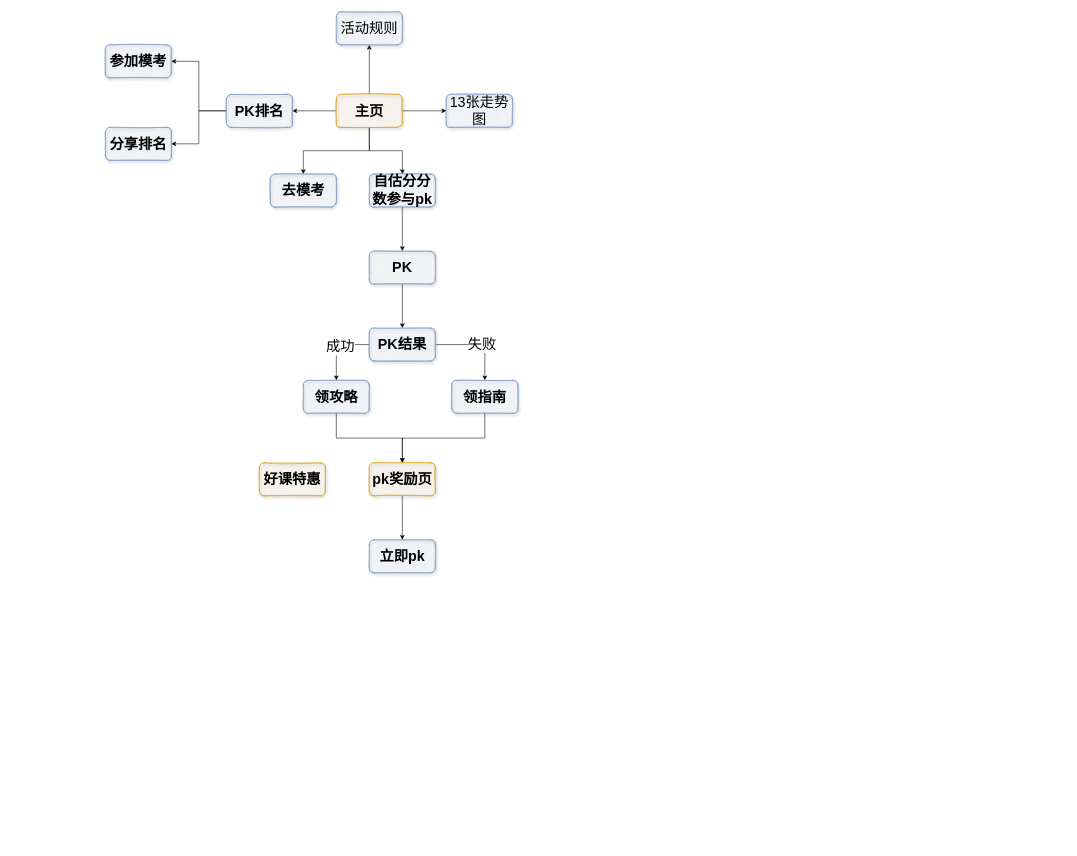
Earlier version of the draw.io diagram 模考.drawio (me-Minion/draw). Source tidied: cells renumbered, new cells numbered last; positions are measured from the earlier drawing's top-left corner, leaving out a move shared by most shapes. Both pictures are drawn from the tidied source at 55%, with x=0, y=0 at pixel (105, 12).
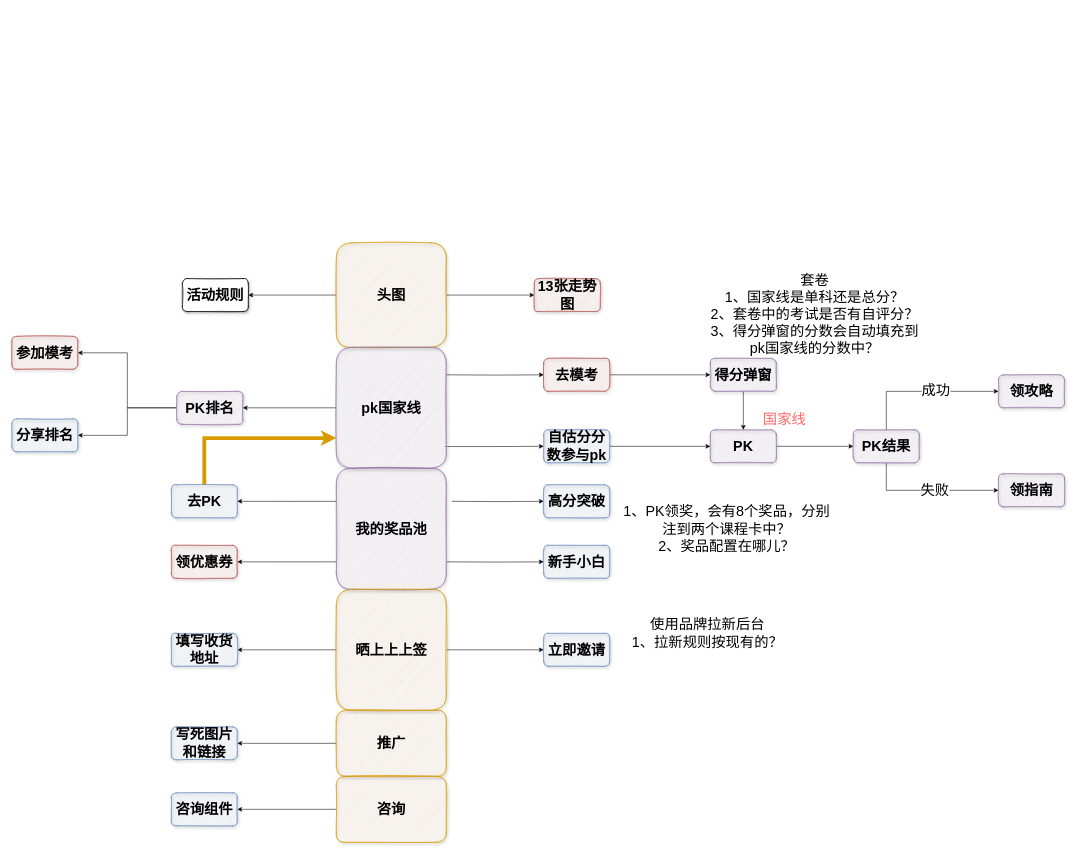
The same diagram, later.

The edit, as a diff of the source:
```diff
@@
-    <mxCell id="4" style="edgeStyle=orthogonalEdgeStyle;rounded=0;jettySize=auto;html=1;fontSize=26;" parent="1" edge="1" source="7" target="12">
-      <mxGeometry relative="1" as="geometry" />
-    </mxCell>
-    <mxCell id="5" style="edgeStyle=orthogonalEdgeStyle;rounded=0;jettySize=auto;html=1;fontSize=26;" parent="1" edge="1" source="7" target="13">
-      <mxGeometry relative="1" as="geometry" />
-    </mxCell>
-    <mxCell id="6" style="edgeStyle=orthogonalEdgeStyle;rounded=0;jettySize=auto;html=1;fontSize=26;" parent="1" edge="1" source="7" target="15">
-      <mxGeometry relative="1" as="geometry" />
-    </mxCell>
-    <mxCell id="7" value="主页" style="rounded=1;whiteSpace=wrap;html=1;fontSize=26;fontStyle=1;glass=0;shadow=1;sketch=1;fillColor=#ffe6cc;strokeColor=#d79b00;" parent="1" vertex="1">
-      <mxGeometry x="420" y="150" width="120" height="60" as="geometry" />
+    <mxCell id="7" value="头图" style="rounded=1;whiteSpace=wrap;html=1;fontSize=26;fontStyle=1;glass=0;shadow=1;sketch=1;fillColor=#ffe6cc;strokeColor=#d79b00;" parent="1" vertex="1">
+      <mxGeometry x="420" y="420" width="200" height="190" as="geometry" />
     </mxCell>
-    <mxCell id="8" value="活动规则" style="rounded=1;whiteSpace=wrap;html=1;fontSize=26;fontStyle=0;fillColor=#dae8fc;strokeColor=#6c8ebf;glass=0;shadow=1;sketch=1;" parent="1" vertex="1">
-      <mxGeometry x="420" width="120" height="60" as="geometry" />
+    <mxCell id="8" value="活动规则" style="rounded=1;whiteSpace=wrap;html=1;fontSize=26;fontStyle=1;glass=0;shadow=1;sketch=1;" parent="1" vertex="1">
+      <mxGeometry x="140" y="485" width="120" height="60" as="geometry" />
     </mxCell>
-    <mxCell id="9" value="13张走势图" style="rounded=1;whiteSpace=wrap;html=1;fontSize=26;fontStyle=0;fillColor=#dae8fc;strokeColor=#6c8ebf;glass=0;shadow=1;sketch=1;" parent="1" vertex="1">
-      <mxGeometry x="620" y="150" width="120" height="60" as="geometry" />
+    <mxCell id="9" value="13张走势图" style="rounded=1;whiteSpace=wrap;html=1;fontSize=26;fontStyle=1;glass=0;shadow=1;sketch=1;fillColor=#f8cecc;strokeColor=#b85450;" parent="1" vertex="1">
+      <mxGeometry x="780" y="485" width="120" height="60" as="geometry" />
     </mxCell>
@@
-    <mxCell id="12" value="PK排名" style="rounded=1;whiteSpace=wrap;html=1;fontSize=26;fontStyle=1;fillColor=#dae8fc;strokeColor=#6c8ebf;glass=0;shadow=1;sketch=1;" parent="1" vertex="1">
-      <mxGeometry x="220" y="150" width="120" height="60" as="geometry" />
+    <mxCell id="12" value="PK排名" style="rounded=1;whiteSpace=wrap;html=1;fontSize=26;fontStyle=1;fillColor=#e1d5e7;strokeColor=#9673a6;glass=0;shadow=1;sketch=1;" parent="1" vertex="1">
+      <mxGeometry x="130" y="690" width="120" height="60" as="geometry" />
     </mxCell>
+    <mxCell id="33" style="edgeStyle=orthogonalEdgeStyle;rounded=0;jettySize=auto;html=1;fontSize=26;" parent="1" edge="1" source="13" target="38">
+      <mxGeometry relative="1" as="geometry" />
+    </mxCell>
-    <mxCell id="13" value="去模考" style="rounded=1;whiteSpace=wrap;html=1;fontSize=26;fontStyle=1;fillColor=#dae8fc;strokeColor=#6c8ebf;glass=0;shadow=1;sketch=1;" parent="1" vertex="1">
-      <mxGeometry x="300" y="295" width="120" height="60" as="geometry" />
+    <mxCell id="13" value="去模考" style="rounded=1;whiteSpace=wrap;html=1;fontSize=26;fontStyle=1;glass=0;shadow=1;sketch=1;fillColor=#f8cecc;strokeColor=#b85450;" parent="1" vertex="1">
+      <mxGeometry x="797" y="630" width="120" height="60" as="geometry" />
     </mxCell>
@@
     <mxCell id="15" value="自估分分数参与pk" style="rounded=1;whiteSpace=wrap;html=1;fontSize=26;fontStyle=1;fillColor=#dae8fc;strokeColor=#6c8ebf;glass=0;shadow=1;sketch=1;" parent="1" vertex="1">
-      <mxGeometry x="480" y="295" width="120" height="60" as="geometry" />
+      <mxGeometry x="797" y="760" width="120" height="60" as="geometry" />
     </mxCell>
@@
-    <mxCell id="17" value="PK" style="rounded=1;whiteSpace=wrap;html=1;fontSize=26;fontStyle=1;fillColor=#dae8fc;strokeColor=#6c8ebf;glass=0;shadow=1;sketch=1;" parent="1" vertex="1">
-      <mxGeometry x="480" y="435" width="120" height="60" as="geometry" />
+    <mxCell id="17" value="PK" style="rounded=1;whiteSpace=wrap;html=1;fontSize=26;fontStyle=1;fillColor=#e1d5e7;strokeColor=#9673a6;glass=0;shadow=1;sketch=1;" parent="1" vertex="1">
+      <mxGeometry x="1100" y="760" width="120" height="60" as="geometry" />
     </mxCell>
-    <mxCell id="18" style="edgeStyle=orthogonalEdgeStyle;rounded=0;jettySize=auto;html=1;exitX=0;exitY=0.5;exitDx=0;exitDy=0;fontSize=26;" parent="1" edge="1" source="22" target="26">
+    <mxCell id="18" style="edgeStyle=orthogonalEdgeStyle;rounded=0;jettySize=auto;html=1;exitX=0.5;exitY=0;exitDx=0;exitDy=0;fontSize=26;entryX=0;entryY=0.5;entryDx=0;entryDy=0;" parent="1" edge="1" source="22" target="26">
       <mxGeometry relative="1" as="geometry" />
     </mxCell>
     <mxCell id="19" value="成功" style="edgeLabel;html=1;align=center;verticalAlign=middle;fontSize=26;" parent="18" vertex="1">
-      <mxGeometry x="-0.14" y="3" relative="1" as="geometry" />
+      <mxGeometry x="-0.14" y="3" relative="1" as="geometry">
+        <mxPoint x="41" as="offset" />
+      </mxGeometry>
     </mxCell>
-    <mxCell id="20" style="edgeStyle=orthogonalEdgeStyle;rounded=0;jettySize=auto;html=1;exitX=1;exitY=0.5;exitDx=0;exitDy=0;fontSize=26;" parent="1" edge="1" source="22" target="28">
+    <mxCell id="20" style="edgeStyle=orthogonalEdgeStyle;rounded=0;jettySize=auto;html=1;exitX=0.5;exitY=1;exitDx=0;exitDy=0;fontSize=26;entryX=0;entryY=0.5;entryDx=0;entryDy=0;" parent="1" edge="1" source="22" target="28">
       <mxGeometry relative="1" as="geometry" />
     </mxCell>
@@
-    <mxCell id="22" value="PK结果" style="rounded=1;whiteSpace=wrap;html=1;fontSize=26;fontStyle=1;fillColor=#dae8fc;strokeColor=#6c8ebf;glass=0;shadow=1;sketch=1;" parent="1" vertex="1">
-      <mxGeometry x="480" y="575" width="120" height="60" as="geometry" />
+    <mxCell id="22" value="PK结果" style="rounded=1;whiteSpace=wrap;html=1;fontSize=26;fontStyle=1;fillColor=#e1d5e7;strokeColor=#9673a6;glass=0;shadow=1;sketch=1;" parent="1" vertex="1">
+      <mxGeometry x="1360" y="760" width="120" height="60" as="geometry" />
     </mxCell>
-    <mxCell id="23" value="参加模考" style="rounded=1;whiteSpace=wrap;html=1;fontSize=26;fontStyle=1;fillColor=#dae8fc;strokeColor=#6c8ebf;glass=0;shadow=1;sketch=1;" parent="1" vertex="1">
-      <mxGeometry y="60" width="120" height="60" as="geometry" />
+    <mxCell id="23" value="参加模考" style="rounded=1;whiteSpace=wrap;html=1;fontSize=26;fontStyle=1;glass=0;shadow=1;sketch=1;fillColor=#f8cecc;strokeColor=#b85450;" parent="1" vertex="1">
+      <mxGeometry x="-170" y="590" width="120" height="60" as="geometry" />
     </mxCell>
     <mxCell id="24" value="分享排名" style="rounded=1;whiteSpace=wrap;html=1;fontSize=26;fontStyle=1;fillColor=#dae8fc;strokeColor=#6c8ebf;glass=0;shadow=1;sketch=1;" parent="1" vertex="1">
-      <mxGeometry y="210" width="120" height="60" as="geometry" />
+      <mxGeometry x="-170" y="740" width="120" height="60" as="geometry" />
     </mxCell>
-    <mxCell id="25" style="edgeStyle=orthogonalEdgeStyle;rounded=0;jettySize=auto;html=1;fontSize=26;" parent="1" edge="1" source="26" target="30">
-      <mxGeometry relative="1" as="geometry" />
-    </mxCell>
-    <mxCell id="26" value="领攻略" style="rounded=1;whiteSpace=wrap;html=1;fontSize=26;fontStyle=1;fillColor=#dae8fc;strokeColor=#6c8ebf;glass=0;shadow=1;sketch=1;" parent="1" vertex="1">
-      <mxGeometry x="360" y="670" width="120" height="60" as="geometry" />
+    <mxCell id="26" value="领攻略" style="rounded=1;whiteSpace=wrap;html=1;fontSize=26;fontStyle=1;fillColor=#e1d5e7;strokeColor=#9673a6;glass=0;shadow=1;sketch=1;" parent="1" vertex="1">
+      <mxGeometry x="1624" y="660" width="120" height="60" as="geometry" />
     </mxCell>
-    <mxCell id="27" style="edgeStyle=orthogonalEdgeStyle;rounded=0;jettySize=auto;html=1;exitX=0.5;exitY=1;exitDx=0;exitDy=0;fontSize=26;" parent="1" edge="1" source="28" target="30">
-      <mxGeometry relative="1" as="geometry" />
-    </mxCell>
-    <mxCell id="28" value="领指南" style="rounded=1;whiteSpace=wrap;html=1;fontSize=26;fontStyle=1;fillColor=#dae8fc;strokeColor=#6c8ebf;glass=0;shadow=1;sketch=1;" parent="1" vertex="1">
-      <mxGeometry x="630" y="670" width="120" height="60" as="geometry" />
+    <mxCell id="28" value="领指南" style="rounded=1;whiteSpace=wrap;html=1;fontSize=26;fontStyle=1;fillColor=#e1d5e7;strokeColor=#9673a6;glass=0;shadow=1;sketch=1;" parent="1" vertex="1">
+      <mxGeometry x="1624" y="840" width="120" height="60" as="geometry" />
     </mxCell>
-    <mxCell id="29" style="edgeStyle=orthogonalEdgeStyle;rounded=0;jettySize=auto;html=1;fontSize=26;" parent="1" edge="1" source="30" target="32">
-      <mxGeometry relative="1" as="geometry" />
-    </mxCell>
+    <mxCell id="34" style="edgeStyle=orthogonalEdgeStyle;rounded=0;jettySize=auto;html=1;exitX=0;exitY=0.5;exitDx=0;exitDy=0;entryX=1;entryY=0.5;entryDx=0;entryDy=0;fontSize=26;" parent="1" edge="1" source="30" target="12">
+      <mxGeometry relative="1" as="geometry" />
+    </mxCell>
+    <mxCell id="35" style="edgeStyle=orthogonalEdgeStyle;rounded=0;jettySize=auto;html=1;entryX=0;entryY=0.5;entryDx=0;entryDy=0;fontSize=26;" parent="1" edge="1" target="13">
+      <mxGeometry relative="1" as="geometry">
+        <mxPoint x="620" y="660" as="sourcePoint" />
+      </mxGeometry>
+    </mxCell>
+    <mxCell id="36" style="edgeStyle=orthogonalEdgeStyle;rounded=0;jettySize=auto;html=1;exitX=0.989;exitY=0.82;exitDx=0;exitDy=0;entryX=0;entryY=0.5;entryDx=0;entryDy=0;fontSize=26;exitPerimeter=0;" parent="1" edge="1" source="30" target="15">
+      <mxGeometry relative="1" as="geometry" />
+    </mxCell>
-    <mxCell id="30" value="pk奖励页" style="rounded=1;whiteSpace=wrap;html=1;fontSize=26;fontStyle=1;fillColor=#ffe6cc;strokeColor=#d79b00;glass=0;shadow=1;sketch=1;" parent="1" vertex="1">
-      <mxGeometry x="480" y="820" width="120" height="60" as="geometry" />
+    <mxCell id="30" value="pk国家线" style="rounded=1;whiteSpace=wrap;html=1;fontSize=26;fontStyle=1;fillColor=#e1d5e7;strokeColor=#9673a6;glass=0;shadow=1;sketch=1;" parent="1" vertex="1">
+      <mxGeometry x="420" y="610" width="200" height="220" as="geometry" />
     </mxCell>
-    <mxCell id="31" value="好课特惠" style="rounded=1;whiteSpace=wrap;html=1;fontSize=26;fontStyle=1;fillColor=#ffe6cc;strokeColor=#d79b00;glass=0;shadow=1;sketch=1;" parent="1" vertex="1">
-      <mxGeometry x="280" y="820" width="120" height="60" as="geometry" />
-    </mxCell>
-    <mxCell id="32" value="立即pk" style="rounded=1;whiteSpace=wrap;html=1;fontSize=26;fontStyle=1;fillColor=#dae8fc;strokeColor=#6c8ebf;glass=0;shadow=1;sketch=1;" parent="1" vertex="1">
-      <mxGeometry x="480" y="960" width="120" height="60" as="geometry" />
-    </mxCell>
+    <mxCell id="37" style="edgeStyle=orthogonalEdgeStyle;rounded=0;jettySize=auto;html=1;exitX=0.5;exitY=1;exitDx=0;exitDy=0;entryX=0.5;entryY=0;entryDx=0;entryDy=0;fontSize=26;" parent="1" edge="1" source="38" target="17">
+      <mxGeometry relative="1" as="geometry" />
+    </mxCell>
+    <mxCell id="38" value="得分弹窗" style="rounded=1;whiteSpace=wrap;html=1;fontSize=26;fontStyle=1;fillColor=#e1d5e7;strokeColor=#9673a6;glass=0;shadow=1;sketch=1;" parent="1" vertex="1">
+      <mxGeometry x="1100" y="630" width="120" height="60" as="geometry" />
+    </mxCell>
+    <mxCell id="39" style="edgeStyle=orthogonalEdgeStyle;rounded=0;jettySize=auto;html=1;fontSize=26;" parent="1" edge="1" target="53">
+      <mxGeometry relative="1" as="geometry">
+        <mxPoint x="630" y="890" as="sourcePoint" />
+      </mxGeometry>
+    </mxCell>
+    <mxCell id="40" style="edgeStyle=orthogonalEdgeStyle;rounded=0;jettySize=auto;html=1;fontSize=26;" parent="1" edge="1" target="54">
+      <mxGeometry relative="1" as="geometry">
+        <mxPoint x="620" y="1000" as="sourcePoint" />
+      </mxGeometry>
+    </mxCell>
+    <mxCell id="41" style="edgeStyle=orthogonalEdgeStyle;rounded=0;jettySize=auto;html=1;exitX=0;exitY=0.773;exitDx=0;exitDy=0;entryX=1;entryY=0.5;entryDx=0;entryDy=0;fontSize=26;exitPerimeter=0;" parent="1" edge="1" source="43" target="52">
+      <mxGeometry relative="1" as="geometry" />
+    </mxCell>
+    <mxCell id="42" style="edgeStyle=orthogonalEdgeStyle;rounded=0;jettySize=auto;html=1;exitX=0;exitY=0.273;exitDx=0;exitDy=0;fontSize=26;exitPerimeter=0;" parent="1" edge="1" source="43" target="57">
+      <mxGeometry relative="1" as="geometry" />
+    </mxCell>
+    <mxCell id="43" value="我的奖品池" style="rounded=1;whiteSpace=wrap;html=1;fontSize=26;fontStyle=1;fillColor=#e1d5e7;strokeColor=#9673a6;glass=0;shadow=1;sketch=1;" parent="1" vertex="1">
+      <mxGeometry x="420" y="830" width="200" height="220" as="geometry" />
+    </mxCell>
+    <mxCell id="44" style="edgeStyle=orthogonalEdgeStyle;rounded=0;jettySize=auto;html=1;exitX=0;exitY=0.5;exitDx=0;exitDy=0;fontSize=26;strokeWidth=1;" parent="1" edge="1" source="46" target="58">
+      <mxGeometry relative="1" as="geometry" />
+    </mxCell>
+    <mxCell id="45" style="edgeStyle=orthogonalEdgeStyle;rounded=0;jettySize=auto;html=1;exitX=1;exitY=0.5;exitDx=0;exitDy=0;entryX=0;entryY=0.5;entryDx=0;entryDy=0;fontSize=26;strokeWidth=1;" parent="1" edge="1" source="46" target="59">
+      <mxGeometry relative="1" as="geometry" />
+    </mxCell>
+    <mxCell id="46" value="晒上上上签" style="rounded=1;whiteSpace=wrap;html=1;fontSize=26;fontStyle=1;fillColor=#ffe6cc;strokeColor=#d79b00;glass=0;shadow=1;sketch=1;" parent="1" vertex="1">
+      <mxGeometry x="420" y="1050" width="200" height="220" as="geometry" />
+    </mxCell>
+    <mxCell id="47" style="edgeStyle=orthogonalEdgeStyle;rounded=0;jettySize=auto;html=1;fontSize=26;strokeWidth=1;" parent="1" edge="1" source="48" target="60">
+      <mxGeometry relative="1" as="geometry" />
+    </mxCell>
+    <mxCell id="48" value="推广" style="rounded=1;whiteSpace=wrap;html=1;fontSize=26;fontStyle=1;fillColor=#ffe6cc;strokeColor=#d79b00;glass=0;shadow=1;sketch=1;" parent="1" vertex="1">
+      <mxGeometry x="420" y="1270" width="200" height="120" as="geometry" />
+    </mxCell>
+    <mxCell id="49" style="edgeStyle=orthogonalEdgeStyle;rounded=0;jettySize=auto;html=1;fontSize=26;strokeWidth=1;" parent="1" edge="1" source="50" target="61">
+      <mxGeometry relative="1" as="geometry" />
+    </mxCell>
+    <mxCell id="50" value="咨询" style="rounded=1;whiteSpace=wrap;html=1;fontSize=26;fontStyle=1;fillColor=#ffe6cc;strokeColor=#d79b00;glass=0;shadow=1;sketch=1;" parent="1" vertex="1">
+      <mxGeometry x="420" y="1390" width="200" height="120" as="geometry" />
+    </mxCell>
+    <mxCell id="51" value="套卷&lt;br&gt;1、国家线是单科还是总分？&lt;br&gt;2、套卷中的考试是否有自评分？&lt;br&gt;3、得分弹窗的分数会自动填充到pk国家线的分数中？" style="text;html=1;strokeColor=none;fillColor=none;align=center;verticalAlign=middle;whiteSpace=wrap;rounded=0;shadow=1;glass=0;sketch=1;fontSize=26;" parent="1" vertex="1">
+      <mxGeometry x="1090" y="470" width="400" height="160" as="geometry" />
+    </mxCell>
+    <mxCell id="52" value="领优惠券" style="rounded=1;whiteSpace=wrap;html=1;fontSize=26;fontStyle=1;fillColor=#f8cecc;strokeColor=#b85450;glass=0;shadow=1;sketch=1;" parent="1" vertex="1">
+      <mxGeometry x="120" y="970" width="120" height="60" as="geometry" />
+    </mxCell>
+    <mxCell id="53" value="高分突破" style="whiteSpace=wrap;html=1;fontSize=26;fillColor=#dae8fc;strokeColor=#6c8ebf;rounded=1;fontStyle=1;glass=0;shadow=1;sketch=1;" parent="1" vertex="1">
+      <mxGeometry x="797" y="860" width="120" height="60" as="geometry" />
+    </mxCell>
+    <mxCell id="54" value="新手小白" style="whiteSpace=wrap;html=1;fontSize=26;fillColor=#dae8fc;strokeColor=#6c8ebf;rounded=1;fontStyle=1;glass=0;shadow=1;sketch=1;" parent="1" vertex="1">
+      <mxGeometry x="797" y="970" width="120" height="60" as="geometry" />
+    </mxCell>
+    <mxCell id="55" value="1、PK领奖，会有8个奖品，分别注到两个课程卡中？&lt;br&gt;2、奖品配置在哪儿？" style="text;html=1;strokeColor=none;fillColor=none;align=center;verticalAlign=middle;whiteSpace=wrap;rounded=0;shadow=1;glass=0;sketch=1;fontSize=26;" parent="1" vertex="1">
+      <mxGeometry x="940" y="895" width="380" height="90" as="geometry" />
+    </mxCell>
+    <mxCell id="56" style="edgeStyle=orthogonalEdgeStyle;rounded=0;jettySize=auto;html=1;exitX=0.5;exitY=0;exitDx=0;exitDy=0;entryX=0;entryY=0.75;entryDx=0;entryDy=0;fontSize=26;strokeWidth=7;fillColor=#ffe6cc;strokeColor=#d79b00;" parent="1" edge="1" source="57" target="30">
+      <mxGeometry relative="1" as="geometry" />
+    </mxCell>
+    <mxCell id="57" value="去PK" style="rounded=1;whiteSpace=wrap;html=1;fontSize=26;fontStyle=1;fillColor=#dae8fc;strokeColor=#6c8ebf;glass=0;shadow=1;sketch=1;" parent="1" vertex="1">
+      <mxGeometry x="120" y="860" width="120" height="60" as="geometry" />
+    </mxCell>
+    <mxCell id="58" value="填写收货地址" style="rounded=1;whiteSpace=wrap;html=1;fontSize=26;fontStyle=1;fillColor=#dae8fc;strokeColor=#6c8ebf;glass=0;shadow=1;sketch=1;" parent="1" vertex="1">
+      <mxGeometry x="120" y="1130" width="120" height="60" as="geometry" />
+    </mxCell>
+    <mxCell id="59" value="立即邀请" style="rounded=1;whiteSpace=wrap;html=1;fontSize=26;fontStyle=1;fillColor=#dae8fc;strokeColor=#6c8ebf;glass=0;shadow=1;sketch=1;" parent="1" vertex="1">
+      <mxGeometry x="797" y="1130" width="120" height="60" as="geometry" />
+    </mxCell>
+    <mxCell id="60" value="写死图片和链接" style="whiteSpace=wrap;html=1;fontSize=26;fillColor=#dae8fc;strokeColor=#6c8ebf;rounded=1;fontStyle=1;glass=0;shadow=1;sketch=1;" parent="1" vertex="1">
+      <mxGeometry x="120" y="1300" width="120" height="60" as="geometry" />
+    </mxCell>
+    <mxCell id="61" value="咨询组件" style="whiteSpace=wrap;html=1;fontSize=26;fillColor=#dae8fc;strokeColor=#6c8ebf;rounded=1;fontStyle=1;glass=0;shadow=1;sketch=1;" parent="1" vertex="1">
+      <mxGeometry x="120" y="1420" width="120" height="60" as="geometry" />
+    </mxCell>
+    <mxCell id="62" value="使用品牌拉新后台&lt;br&gt;1、拉新规则按现有的？" style="text;html=1;strokeColor=none;fillColor=none;align=center;verticalAlign=middle;whiteSpace=wrap;rounded=0;shadow=1;glass=0;sketch=1;fontSize=26;" parent="1" vertex="1">
+      <mxGeometry x="930" y="1090" width="330" height="80" as="geometry" />
+    </mxCell>
+    <mxCell id="63" value="&lt;font color=&quot;#ff6666&quot;&gt;国家线&lt;/font&gt;" style="text;html=1;strokeColor=none;fillColor=none;align=center;verticalAlign=middle;whiteSpace=wrap;rounded=0;shadow=1;glass=0;sketch=1;fontSize=26;" parent="1" vertex="1">
+      <mxGeometry x="1190" y="730" width="90" height="20" as="geometry" />
+    </mxCell>
```
